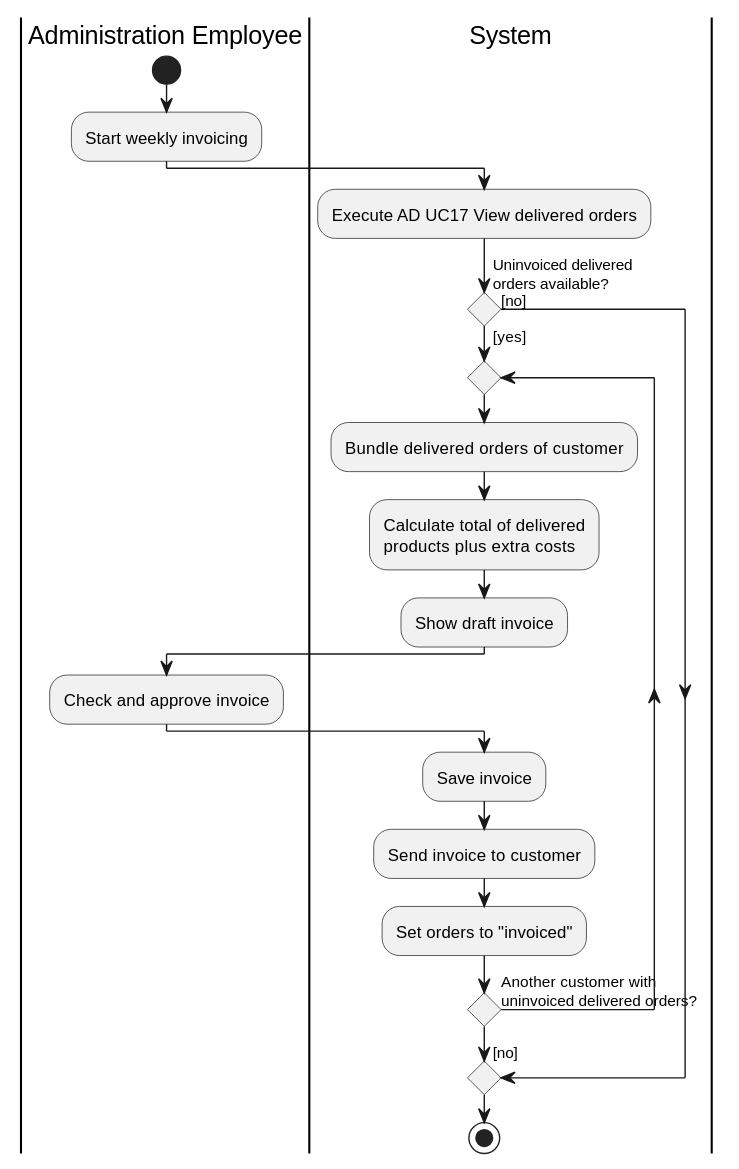
The PlantUML diagram Documentation/Architecture/uml/export/activity_diagrams/AD16_Create_invoice.svg in ViktorQorri/Project-Timaflu, before a commit.
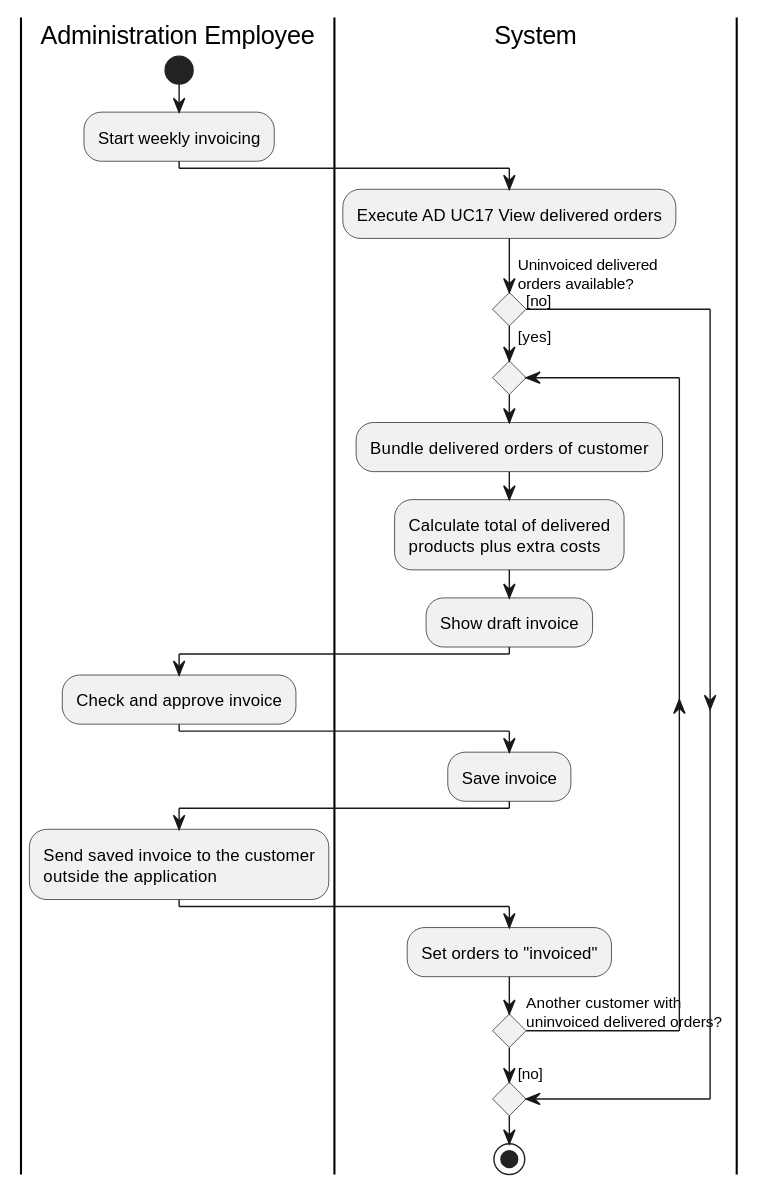
Above is the later version.

The edit, as a diff of the source:
```diff
@@ -16,7 +16,9 @@
     :Check and approve invoice;
     |System|
     :Save invoice;
-    :Send invoice to customer;
+    |Administration Employee|
+    :Send saved invoice to the customer\noutside the application;
+    |System|
     :Set orders to "invoiced";
   repeat while (Another customer with\nuninvoiced delivered orders?) is ([yes])
   ->[no];
```
